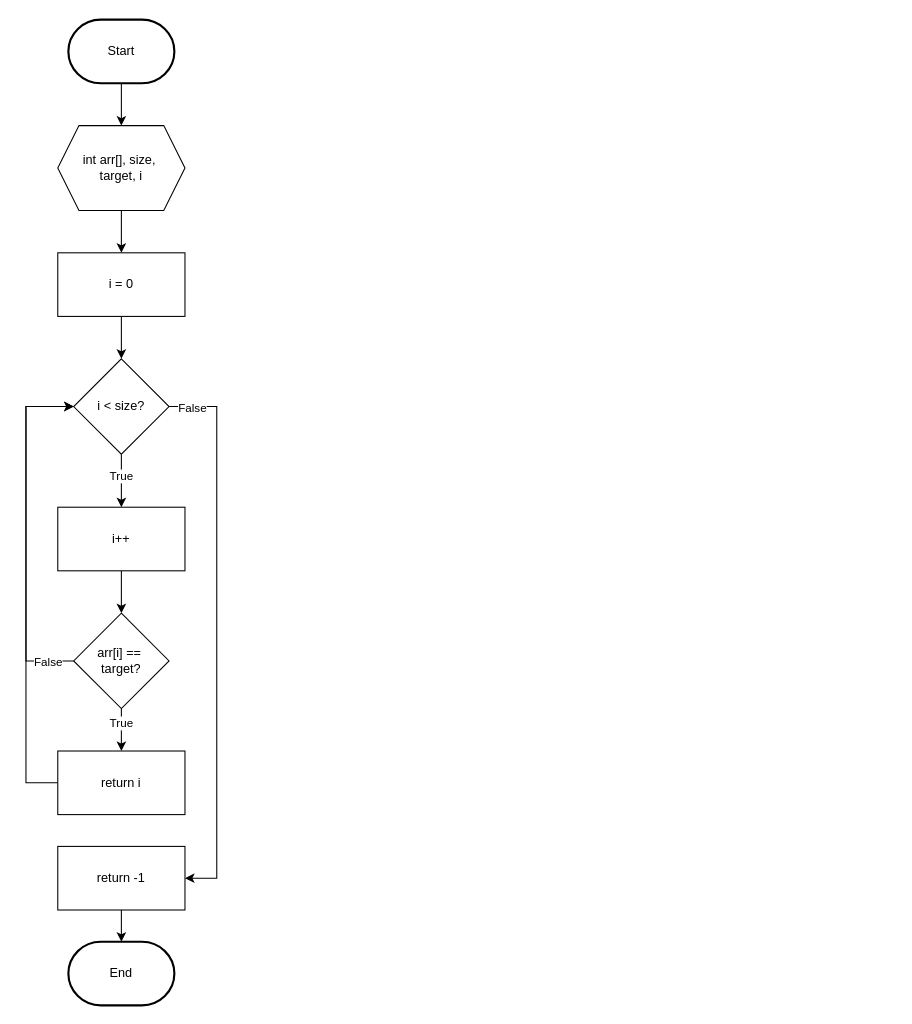
Before: page "sequential&BinarySearch" (3 of 7) of Flowchart Modul 3.drawio in elikawicaksana/BuildIT_BasisData, a draw.io diagram. Source tidied: cells renumbered, new cells numbered last; positions are measured from the earlier drawing's top-left corner, leaving out a move shared by most shapes. Both pictures are drawn from the tidied source at 106%, with x=0, y=0 at pixel (25, 19).
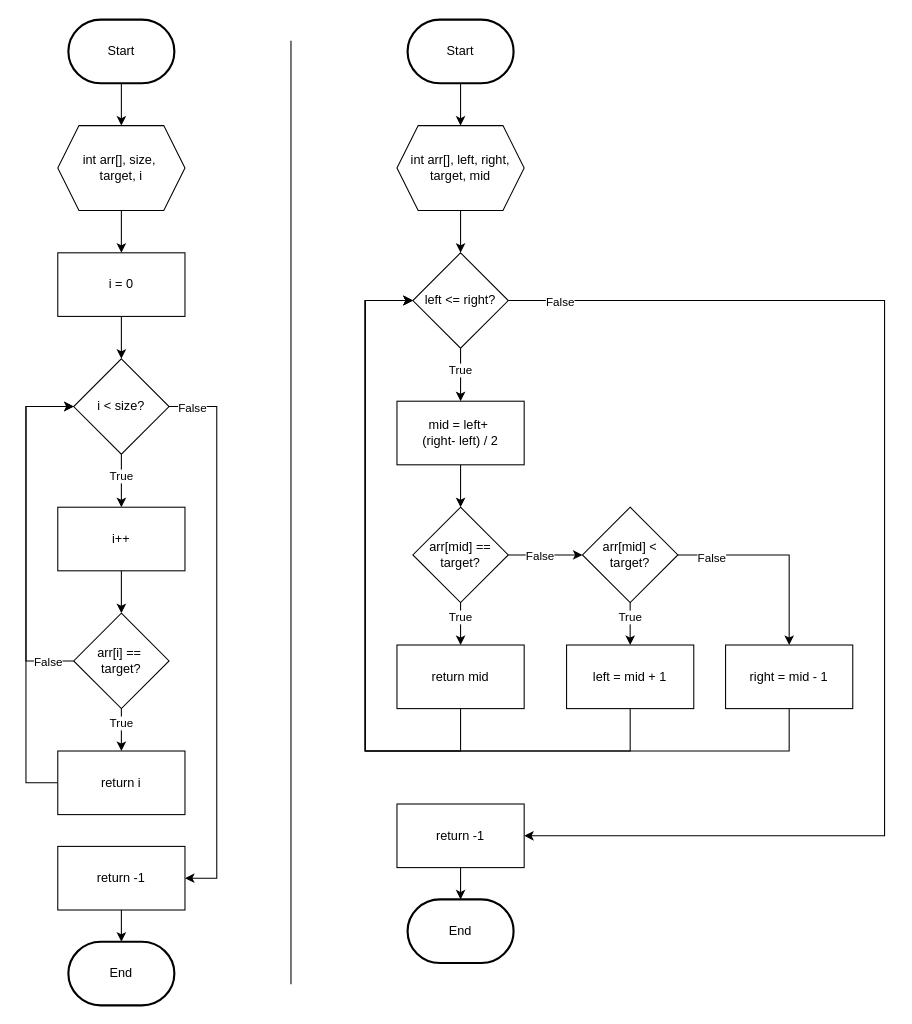
The same diagram, later.

What changed in the source:
```diff
@@
+    <mxCell id="25" style="edgeStyle=orthogonalEdgeStyle;rounded=0;jettySize=auto;html=1;entryX=0.5;entryY=0;entryDx=0;entryDy=0;" parent="1" edge="1" source="26" target="28">
+      <mxGeometry relative="1" as="geometry" />
+    </mxCell>
+    <mxCell id="26" value="Start" style="strokeWidth=2;html=1;shape=mxgraph.flowchart.terminator;whiteSpace=wrap;" parent="1" vertex="1">
+      <mxGeometry x="360" width="100" height="60" as="geometry" />
+    </mxCell>
+    <mxCell id="27" style="edgeStyle=orthogonalEdgeStyle;rounded=0;jettySize=auto;html=1;entryX=0.5;entryY=0;entryDx=0;entryDy=0;" parent="1" edge="1" source="28" target="33">
+      <mxGeometry relative="1" as="geometry" />
+    </mxCell>
+    <mxCell id="28" value="int arr[], left, right, target, mid" style="shape=hexagon;perimeter=hexagonPerimeter2;whiteSpace=wrap;html=1;fixedSize=1;" parent="1" vertex="1">
+      <mxGeometry x="350" y="100" width="120" height="80" as="geometry" />
+    </mxCell>
+    <mxCell id="29" style="edgeStyle=orthogonalEdgeStyle;rounded=0;jettySize=auto;html=1;entryX=0.5;entryY=0;entryDx=0;entryDy=0;" parent="1" edge="1" source="33" target="35">
+      <mxGeometry relative="1" as="geometry" />
+    </mxCell>
+    <mxCell id="30" value="True" style="edgeLabel;html=1;align=center;verticalAlign=middle;" parent="29" vertex="1">
+      <mxGeometry x="-0.21" y="-1" relative="1" as="geometry" />
+    </mxCell>
+    <mxCell id="31" style="edgeStyle=orthogonalEdgeStyle;rounded=0;jettySize=auto;html=1;entryX=1;entryY=0.5;entryDx=0;entryDy=0;" parent="1" edge="1" source="33" target="43">
+      <mxGeometry relative="1" as="geometry">
+        <Array as="points">
+          <mxPoint x="810" y="265" />
+          <mxPoint x="810" y="770" />
+        </Array>
+      </mxGeometry>
+    </mxCell>
+    <mxCell id="32" value="False" style="edgeLabel;html=1;align=center;verticalAlign=middle;" parent="31" vertex="1">
+      <mxGeometry x="-0.92" y="-1" relative="1" as="geometry" />
+    </mxCell>
+    <mxCell id="33" value="left &amp;lt;= right?" style="rhombus;whiteSpace=wrap;html=1;" parent="1" vertex="1">
+      <mxGeometry x="365" y="220" width="90" height="90" as="geometry" />
+    </mxCell>
+    <mxCell id="34" style="edgeStyle=orthogonalEdgeStyle;rounded=0;jettySize=auto;html=1;entryX=0.5;entryY=0;entryDx=0;entryDy=0;" parent="1" edge="1" source="35" target="40">
+      <mxGeometry relative="1" as="geometry" />
+    </mxCell>
+    <mxCell id="35" value="mid = left+&amp;nbsp;&lt;div&gt;(right- left) / 2&lt;/div&gt;" style="rounded=0;whiteSpace=wrap;html=1;" parent="1" vertex="1">
+      <mxGeometry x="350" y="360" width="120" height="60" as="geometry" />
+    </mxCell>
+    <mxCell id="36" style="edgeStyle=orthogonalEdgeStyle;rounded=0;jettySize=auto;html=1;entryX=0.5;entryY=0;entryDx=0;entryDy=0;" parent="1" edge="1" source="40" target="42">
+      <mxGeometry relative="1" as="geometry" />
+    </mxCell>
+    <mxCell id="37" value="True" style="edgeLabel;html=1;align=center;verticalAlign=middle;" parent="36" vertex="1">
+      <mxGeometry x="-0.34" y="-1" relative="1" as="geometry" />
+    </mxCell>
+    <mxCell id="38" style="edgeStyle=orthogonalEdgeStyle;rounded=0;jettySize=auto;html=1;entryX=0;entryY=0.5;entryDx=0;entryDy=0;" parent="1" edge="1" source="40" target="50">
+      <mxGeometry relative="1" as="geometry" />
+    </mxCell>
+    <mxCell id="39" value="False" style="edgeLabel;html=1;align=center;verticalAlign=middle;" parent="38" vertex="1">
+      <mxGeometry x="-0.17" relative="1" as="geometry" />
+    </mxCell>
+    <mxCell id="40" value="arr[mid] == target?" style="rhombus;whiteSpace=wrap;html=1;" parent="1" vertex="1">
+      <mxGeometry x="365" y="460" width="90" height="90" as="geometry" />
+    </mxCell>
+    <mxCell id="41" style="edgeStyle=orthogonalEdgeStyle;rounded=0;jettySize=auto;html=1;entryX=0;entryY=0.5;entryDx=0;entryDy=0;exitX=0.5;exitY=1;exitDx=0;exitDy=0;" parent="1" edge="1" source="42" target="33">
+      <mxGeometry relative="1" as="geometry">
+        <Array as="points">
+          <mxPoint x="410" y="690" />
+          <mxPoint x="320" y="690" />
+          <mxPoint x="320" y="265" />
+        </Array>
+      </mxGeometry>
+    </mxCell>
+    <mxCell id="42" value="return mid" style="rounded=0;whiteSpace=wrap;html=1;" parent="1" vertex="1">
+      <mxGeometry x="350" y="590" width="120" height="60" as="geometry" />
+    </mxCell>
+    <mxCell id="43" value="return -1" style="rounded=0;whiteSpace=wrap;html=1;" parent="1" vertex="1">
+      <mxGeometry x="350" y="740" width="120" height="60" as="geometry" />
+    </mxCell>
+    <mxCell id="44" value="End" style="strokeWidth=2;html=1;shape=mxgraph.flowchart.terminator;whiteSpace=wrap;" parent="1" vertex="1">
+      <mxGeometry x="360" y="830" width="100" height="60" as="geometry" />
+    </mxCell>
+    <mxCell id="45" style="edgeStyle=orthogonalEdgeStyle;rounded=0;jettySize=auto;html=1;entryX=0.5;entryY=0;entryDx=0;entryDy=0;entryPerimeter=0;" parent="1" edge="1" source="43" target="44">
+      <mxGeometry relative="1" as="geometry" />
+    </mxCell>
+    <mxCell id="46" style="edgeStyle=orthogonalEdgeStyle;rounded=0;jettySize=auto;html=1;entryX=0.5;entryY=0;entryDx=0;entryDy=0;" parent="1" edge="1" source="50" target="52">
+      <mxGeometry relative="1" as="geometry" />
+    </mxCell>
+    <mxCell id="47" value="True" style="edgeLabel;html=1;align=center;verticalAlign=middle;" parent="46" vertex="1">
+      <mxGeometry x="-0.34" y="-1" relative="1" as="geometry" />
+    </mxCell>
+    <mxCell id="48" style="edgeStyle=orthogonalEdgeStyle;rounded=0;jettySize=auto;html=1;entryX=0.5;entryY=0;entryDx=0;entryDy=0;" parent="1" edge="1" source="50" target="54">
+      <mxGeometry relative="1" as="geometry" />
+    </mxCell>
+    <mxCell id="49" value="False" style="edgeLabel;html=1;align=center;verticalAlign=middle;" parent="48" vertex="1">
+      <mxGeometry x="-0.67" y="-2" relative="1" as="geometry" />
+    </mxCell>
+    <mxCell id="50" value="arr[mid] &amp;lt; target?" style="rhombus;whiteSpace=wrap;html=1;" parent="1" vertex="1">
+      <mxGeometry x="525" y="460" width="90" height="90" as="geometry" />
+    </mxCell>
+    <mxCell id="51" style="edgeStyle=orthogonalEdgeStyle;rounded=0;jettySize=auto;html=1;entryX=0;entryY=0.5;entryDx=0;entryDy=0;" parent="1" edge="1" source="52" target="33">
+      <mxGeometry relative="1" as="geometry">
+        <Array as="points">
+          <mxPoint x="570" y="690" />
+          <mxPoint x="320" y="690" />
+          <mxPoint x="320" y="265" />
+        </Array>
+      </mxGeometry>
+    </mxCell>
+    <mxCell id="52" value="left = mid + 1" style="rounded=0;whiteSpace=wrap;html=1;" parent="1" vertex="1">
+      <mxGeometry x="510" y="590" width="120" height="60" as="geometry" />
+    </mxCell>
+    <mxCell id="53" style="edgeStyle=orthogonalEdgeStyle;rounded=0;jettySize=auto;html=1;entryX=0;entryY=0.5;entryDx=0;entryDy=0;" parent="1" edge="1" source="54" target="33">
+      <mxGeometry relative="1" as="geometry">
+        <Array as="points">
+          <mxPoint x="720" y="690" />
+          <mxPoint x="320" y="690" />
+          <mxPoint x="320" y="265" />
+        </Array>
+      </mxGeometry>
+    </mxCell>
+    <mxCell id="54" value="right = mid - 1" style="rounded=0;whiteSpace=wrap;html=1;" parent="1" vertex="1">
+      <mxGeometry x="660" y="590" width="120" height="60" as="geometry" />
+    </mxCell>
+    <mxCell id="55" style="endArrow=none;html=1;rounded=0;" parent="1" edge="1">
+      <mxGeometry relative="1" as="geometry">
+        <mxPoint x="250" y="910" as="sourcePoint" />
+        <mxPoint x="250" y="20" as="targetPoint" />
+      </mxGeometry>
+    </mxCell>
```
